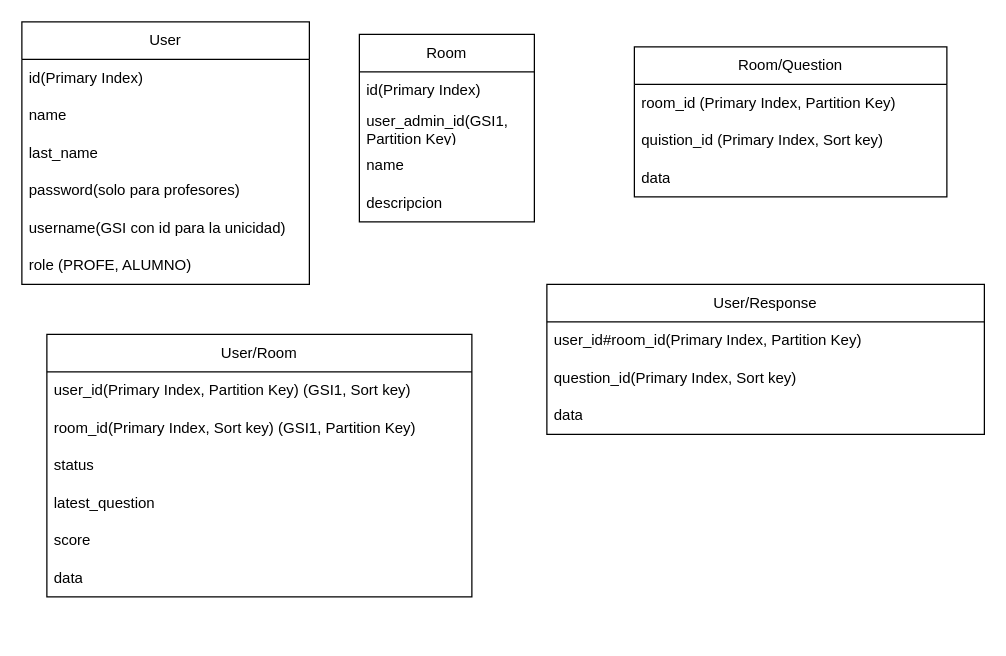
This is page "Página-3" (4 of 4) of archivos_extras/ArquitecturaBack.drawio from jhimyj/Aula360, a draw.io file, before an edit. Source tidied: cells renumbered, new cells numbered last; positions are measured from the earlier drawing's top-left corner, leaving out a move shared by most shapes. Both pictures are drawn from the tidied source at 125%, with x=0, y=0 at pixel (21, 21).
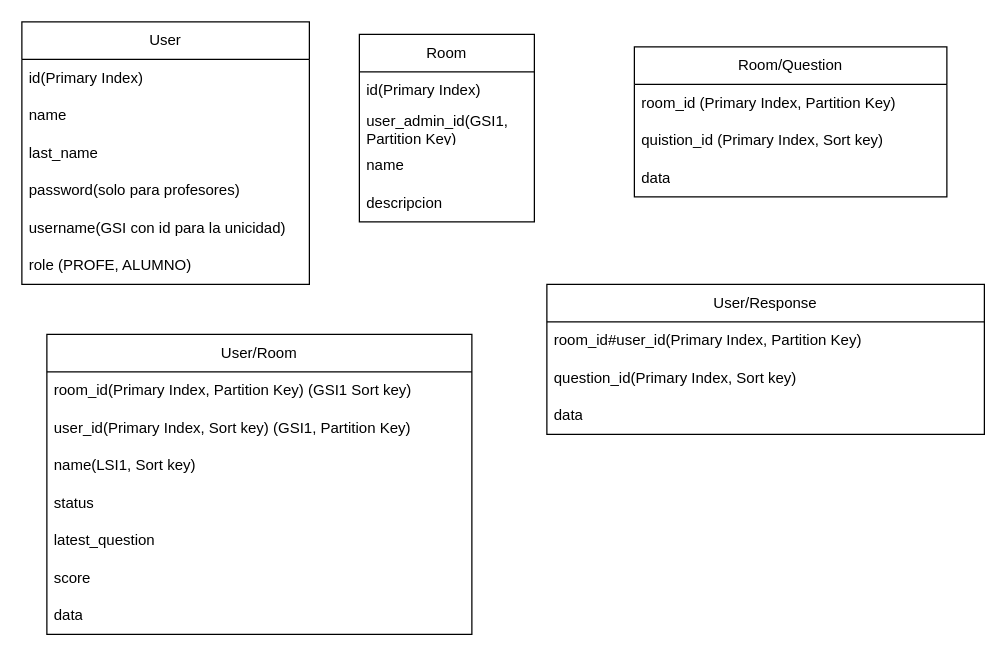
The same page after the edit.

The change refers to these unchanged cells:
```xml
<mxCell id="25" value="User/Response" style="swimlane;fontStyle=0;horizontal=1;startSize=30;whiteSpace=wrap;html=1;" parent="1" vertex="1">
  <mxGeometry x="420" y="210" width="350" height="120" as="geometry" />
</mxCell>
```

What changed in the source:
```diff
@@
     <mxCell id="14" value="User/Room" style="swimlane;fontStyle=0;horizontal=1;startSize=30;whiteSpace=wrap;html=1;" parent="1" vertex="1">
-      <mxGeometry x="20" y="250" width="340" height="210" as="geometry" />
+      <mxGeometry x="20" y="250" width="340" height="240" as="geometry" />
     </mxCell>
+    <mxCell id="16" value="room_id(Primary Index, Partition Key) (GSI1 Sort key)" style="text;strokeColor=none;fillColor=none;align=left;verticalAlign=middle;spacingLeft=4;spacingRight=4;overflow=hidden;whiteSpace=wrap;html=1;" parent="14" vertex="1">
+      <mxGeometry y="30" width="340" height="30" as="geometry" />
+    </mxCell>
-    <mxCell id="15" value="user_id(Primary Index, Partition Key) (GSI1, Sort key)" style="text;strokeColor=none;fillColor=none;align=left;verticalAlign=middle;spacingLeft=4;spacingRight=4;overflow=hidden;whiteSpace=wrap;html=1;" parent="14" vertex="1">
-      <mxGeometry y="30" width="340" height="30" as="geometry" />
+    <mxCell id="15" value="user_id(Primary Index, Sort key) (GSI1, Partition Key)" style="text;strokeColor=none;fillColor=none;align=left;verticalAlign=middle;spacingLeft=4;spacingRight=4;overflow=hidden;whiteSpace=wrap;html=1;" parent="14" vertex="1">
+      <mxGeometry y="60" width="340" height="30" as="geometry" />
     </mxCell>
-    <mxCell id="16" value="room_id(Primary Index, Sort key) (GSI1, Partition Key)" style="text;strokeColor=none;fillColor=none;align=left;verticalAlign=middle;spacingLeft=4;spacingRight=4;overflow=hidden;whiteSpace=wrap;html=1;" parent="14" vertex="1">
-      <mxGeometry y="60" width="340" height="30" as="geometry" />
-    </mxCell>
+    <mxCell id="29" value="name(LSI1, Sort key)" style="text;strokeColor=none;fillColor=none;align=left;verticalAlign=middle;spacingLeft=4;spacingRight=4;overflow=hidden;whiteSpace=wrap;html=1;" parent="14" vertex="1">
+      <mxGeometry y="90" width="340" height="30" as="geometry" />
+    </mxCell>
     <mxCell id="17" value="status" style="text;strokeColor=none;fillColor=none;align=left;verticalAlign=middle;spacingLeft=4;spacingRight=4;overflow=hidden;whiteSpace=wrap;html=1;" parent="14" vertex="1">
-      <mxGeometry y="90" width="340" height="30" as="geometry" />
+      <mxGeometry y="120" width="340" height="30" as="geometry" />
     </mxCell>
     <mxCell id="18" value="latest_question" style="text;strokeColor=none;fillColor=none;align=left;verticalAlign=middle;spacingLeft=4;spacingRight=4;overflow=hidden;whiteSpace=wrap;html=1;" parent="14" vertex="1">
-      <mxGeometry y="120" width="340" height="30" as="geometry" />
+      <mxGeometry y="150" width="340" height="30" as="geometry" />
     </mxCell>
     <mxCell id="19" value="score" style="text;strokeColor=none;fillColor=none;align=left;verticalAlign=middle;spacingLeft=4;spacingRight=4;overflow=hidden;whiteSpace=wrap;html=1;" parent="14" vertex="1">
-      <mxGeometry y="150" width="340" height="30" as="geometry" />
+      <mxGeometry y="180" width="340" height="30" as="geometry" />
     </mxCell>
     <mxCell id="20" value="data" style="text;strokeColor=none;fillColor=none;align=left;verticalAlign=middle;spacingLeft=4;spacingRight=4;overflow=hidden;whiteSpace=wrap;html=1;" parent="14" vertex="1">
-      <mxGeometry y="180" width="340" height="30" as="geometry" />
+      <mxGeometry y="210" width="340" height="30" as="geometry" />
     </mxCell>
@@
-    <mxCell id="26" value="user_id#room_id(Primary Index, Partition Key)" style="text;strokeColor=none;fillColor=none;align=left;verticalAlign=middle;spacingLeft=4;spacingRight=4;overflow=hidden;whiteSpace=wrap;html=1;" parent="25" vertex="1">
+    <mxCell id="26" value="room_id#user_id(Primary Index, Partition Key)" style="text;strokeColor=none;fillColor=none;align=left;verticalAlign=middle;spacingLeft=4;spacingRight=4;overflow=hidden;whiteSpace=wrap;html=1;" parent="25" vertex="1">
       <mxGeometry y="30" width="350" height="30" as="geometry" />
     </mxCell>
```
